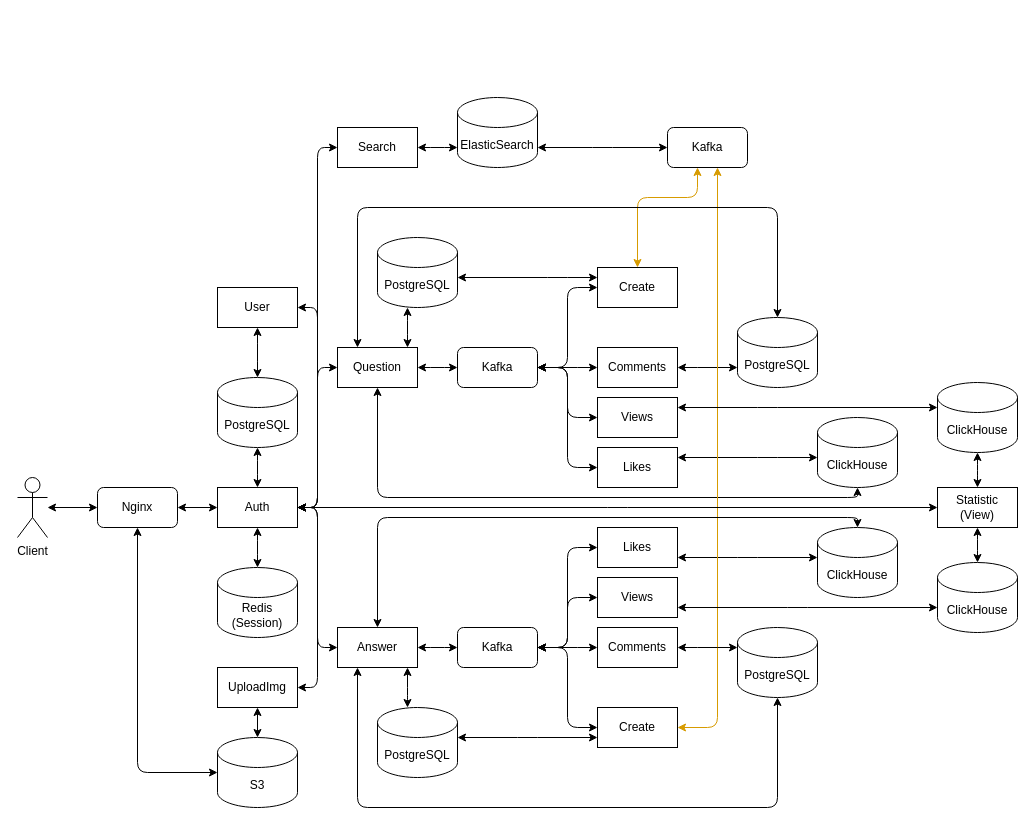
This is bp_project.drawio from mihaillatyshov/TP-Highload-2023H2, a draw.io file, before an edit. Source tidied: cells renumbered, new cells numbered last; positions are measured from the earlier drawing's top-left corner, leaving out a move shared by most shapes. Both pictures are drawn from the tidied source at 100%, with x=0, y=0 at pixel (17, 97).
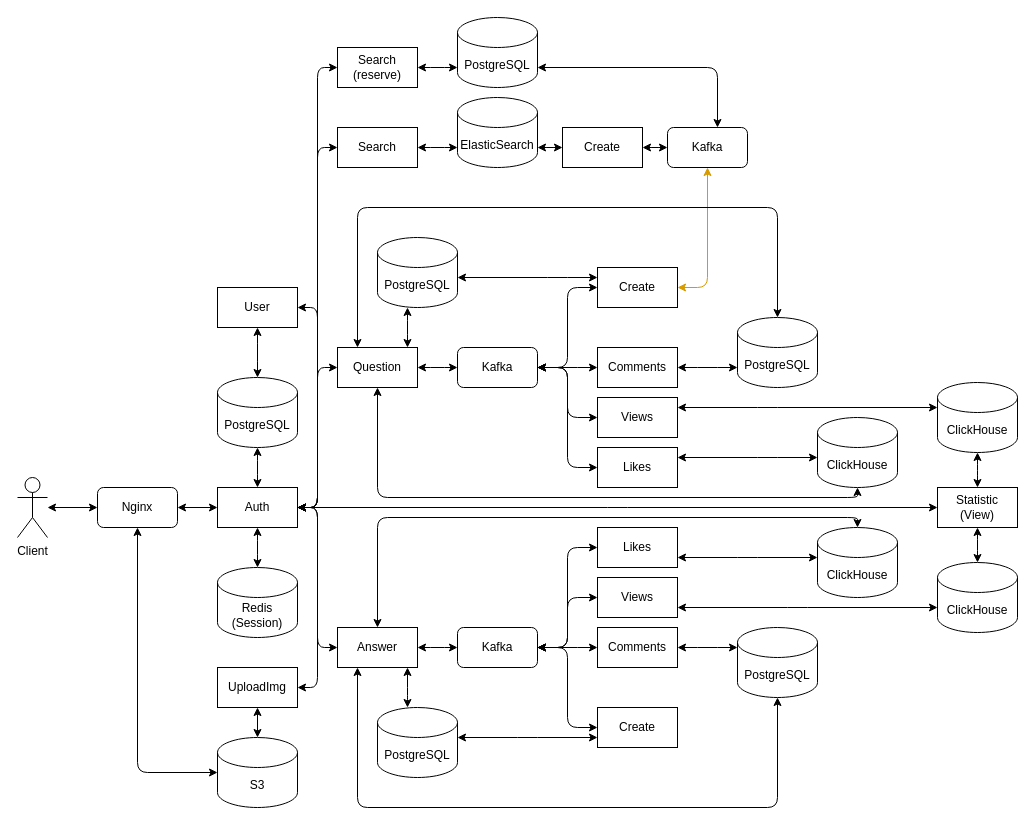
The same diagram, later.

Unchanged cells that the change refers to:
```xml
<mxCell id="12" value="Auth" style="rounded=0;whiteSpace=wrap;html=1;" parent="1" vertex="1">
  <mxGeometry x="200" y="390" width="80" height="40" as="geometry" />
</mxCell>
<mxCell id="41" value="Create" style="rounded=0;whiteSpace=wrap;html=1;" parent="1" vertex="1">
  <mxGeometry x="580" y="170" width="80" height="40" as="geometry" />
</mxCell>
<mxCell id="48" value="Create" style="rounded=0;whiteSpace=wrap;html=1;" parent="1" vertex="1">
  <mxGeometry x="580" y="610" width="80" height="40" as="geometry" />
</mxCell>
<mxCell id="68" value="ElasticSearch" style="shape=cylinder3;whiteSpace=wrap;html=1;boundedLbl=1;backgroundOutline=1;size=15;" parent="1" vertex="1">
  <mxGeometry x="440" width="80" height="70" as="geometry" />
</mxCell>
<mxCell id="72" value="Kafka" style="rounded=1;whiteSpace=wrap;html=1;" parent="1" vertex="1">
  <mxGeometry x="650" y="30" width="80" height="40" as="geometry" />
</mxCell>
```

Change to the diagram source:
```diff
@@
+    <mxCell id="77" style="edgeStyle=elbowEdgeStyle;html=1;startArrow=classic;startFill=1;" parent="1" edge="1" source="12" target="82">
+      <mxGeometry relative="1" as="geometry" />
+    </mxCell>
@@
     <mxCell id="40" style="edgeStyle=elbowEdgeStyle;html=1;startArrow=classic;startFill=1;fillColor=#ffe6cc;strokeColor=#d79b00;elbow=vertical;" parent="1" edge="1" source="41" target="72">
       <mxGeometry relative="1" as="geometry">
         <Array as="points">
+          <mxPoint x="690" y="190" />
           <mxPoint x="680" y="100" />
           <mxPoint x="620" y="100" />
         </Array>
       </mxGeometry>
     </mxCell>
@@
-    <mxCell id="47" style="edgeStyle=elbowEdgeStyle;html=1;startArrow=classic;startFill=1;fillColor=#ffe6cc;strokeColor=#d79b00;" parent="1" edge="1" source="48" target="72">
-      <mxGeometry relative="1" as="geometry">
-        <Array as="points">
-          <mxPoint x="700" y="90" />
-          <mxPoint x="690" y="150" />
-        </Array>
-      </mxGeometry>
-    </mxCell>
@@
-    <mxCell id="71" style="edgeStyle=elbowEdgeStyle;html=1;startArrow=classic;startFill=1;elbow=vertical;" parent="1" edge="1" source="72" target="68">
+    <mxCell id="71" style="edgeStyle=elbowEdgeStyle;html=1;startArrow=classic;startFill=1;elbow=vertical;" parent="1" edge="1" source="80" target="68">
       <mxGeometry relative="1" as="geometry" />
     </mxCell>
+    <mxCell id="78" style="edgeStyle=elbowEdgeStyle;html=1;startArrow=classic;startFill=1;endArrow=classic;endFill=1;" parent="1" edge="1" source="72" target="83">
+      <mxGeometry relative="1" as="geometry">
+        <Array as="points">
+          <mxPoint x="700" y="-30" />
+          <mxPoint x="690" />
+        </Array>
+      </mxGeometry>
+    </mxCell>
@@
+    <mxCell id="79" style="edgeStyle=elbowEdgeStyle;html=1;startArrow=classic;startFill=1;elbow=vertical;endArrow=classic;endFill=1;" parent="1" edge="1" source="72" target="80">
+      <mxGeometry relative="1" as="geometry" />
+    </mxCell>
+    <mxCell id="80" value="Create" style="rounded=0;whiteSpace=wrap;html=1;" parent="1" vertex="1">
+      <mxGeometry x="545" y="30" width="80" height="40" as="geometry" />
+    </mxCell>
+    <mxCell id="81" style="edgeStyle=elbowEdgeStyle;html=1;startArrow=classic;startFill=1;endArrow=classic;endFill=1;elbow=vertical;" parent="1" edge="1" source="82" target="83">
+      <mxGeometry relative="1" as="geometry" />
+    </mxCell>
+    <mxCell id="82" value="Search&lt;br&gt;(reserve)" style="rounded=0;whiteSpace=wrap;html=1;" parent="1" vertex="1">
+      <mxGeometry x="320" y="-50" width="80" height="40" as="geometry" />
+    </mxCell>
+    <mxCell id="83" value="PostgreSQL" style="shape=cylinder3;whiteSpace=wrap;html=1;boundedLbl=1;backgroundOutline=1;size=15;" parent="1" vertex="1">
+      <mxGeometry x="440" y="-80" width="80" height="70" as="geometry" />
+    </mxCell>
```
